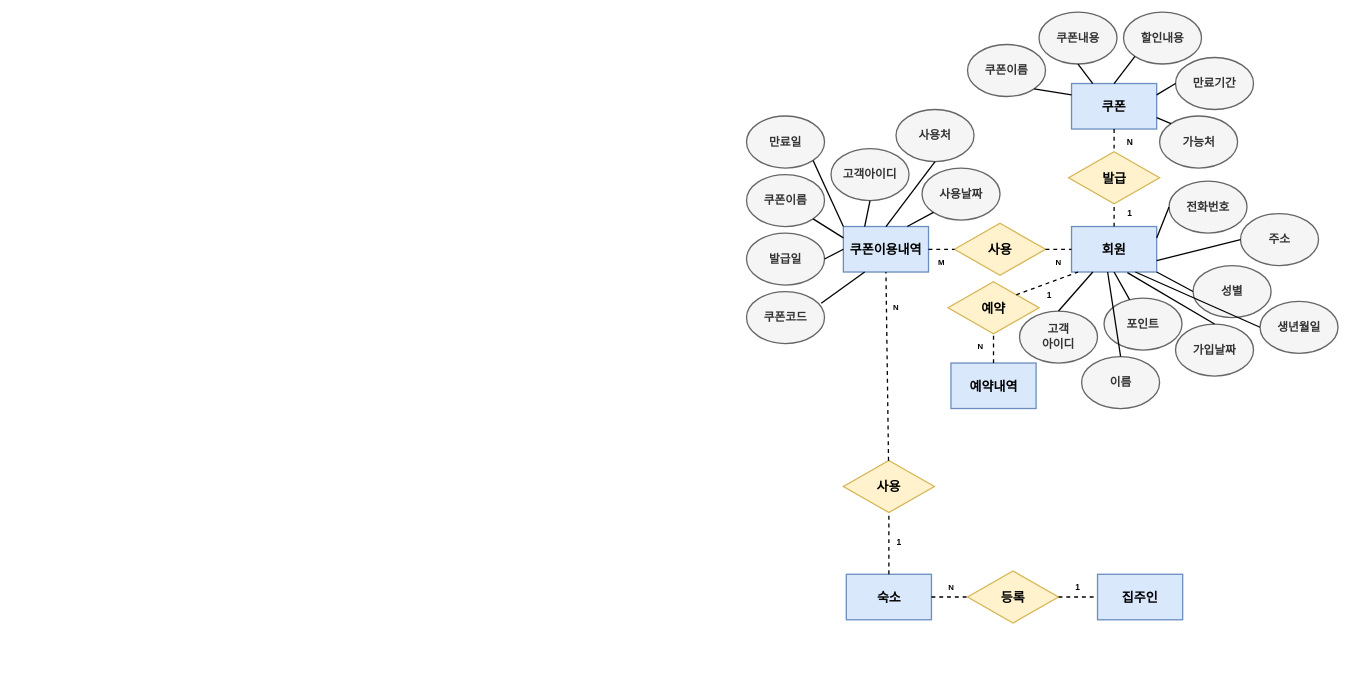
Earlier version of the draw.io diagram 제목 없는 다이어그램.drawio (bibi-boop/test). Source tidied: cells renumbered, new cells numbered last; positions are measured from the earlier drawing's top-left corner, leaving out a move shared by most shapes. Both pictures are drawn from the tidied source at 65%, with x=0, y=0 at pixel (746, 12).
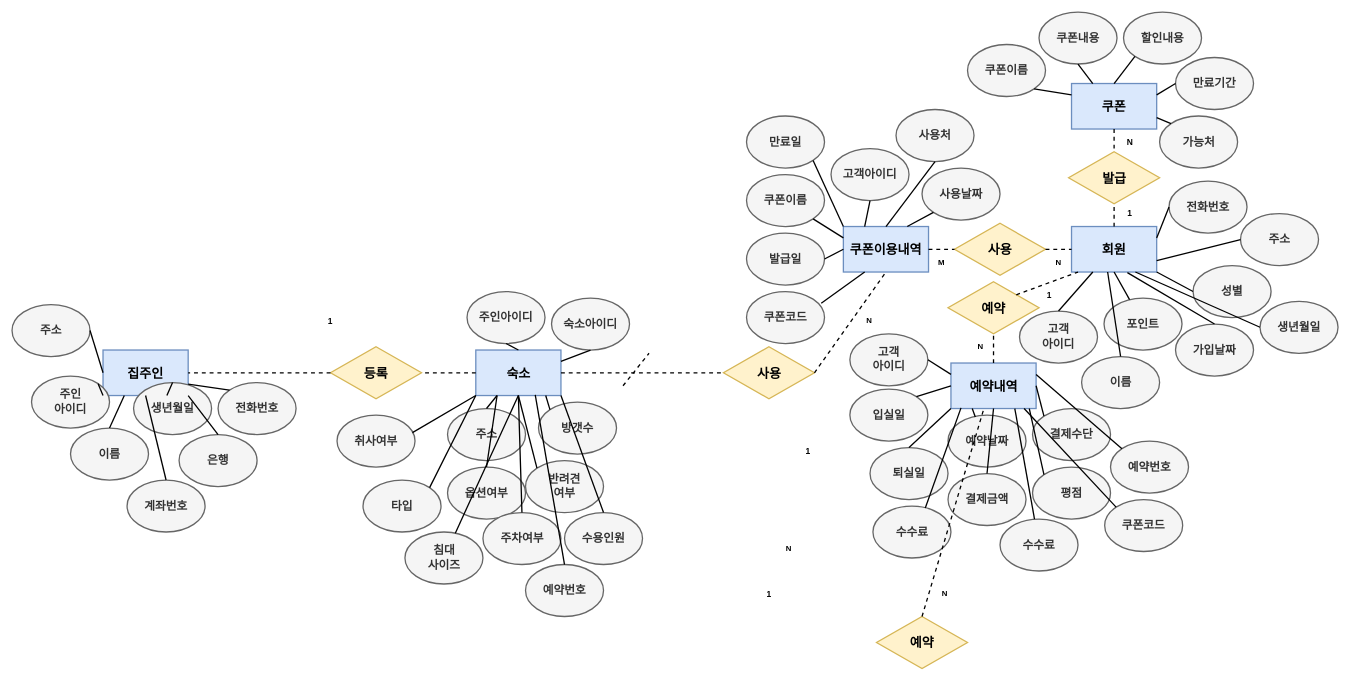
The same page after the edit.

Commit message (it also covers changes not shown here):
제목 없는 다이어그램.drawio 업데이트

Unchanged cells that the change refers to:
```xml
<mxCell id="8" value="쿠폰이용&lt;span style=&quot;background-color: transparent; color: light-dark(rgb(0, 0, 0), rgb(255, 255, 255));&quot;&gt;내역&lt;/span&gt;" style="rounded=0;whiteSpace=wrap;html=1;fillColor=#dae8fc;strokeColor=#6c8ebf;strokeWidth=2;fontSize=20;fontStyle=1;" parent="1" vertex="1">
  <mxGeometry x="149" y="330" width="131" height="70" as="geometry" />
</mxCell>
<mxCell id="9" value="예약내역" style="rounded=0;whiteSpace=wrap;html=1;fillColor=#dae8fc;strokeColor=#6c8ebf;strokeWidth=2;fontSize=20;fontStyle=1;" parent="1" vertex="1">
  <mxGeometry x="314.5" y="540" width="131" height="70" as="geometry" />
</mxCell>
```

Change to the diagram source:
```diff
@@
     <mxCell id="2" value="등록" style="rhombus;whiteSpace=wrap;html=1;strokeWidth=2;fontSize=20;fontStyle=1;fillColor=#fff2cc;strokeColor=#d6b656;" parent="1" vertex="1">
-      <mxGeometry x="340" y="860" width="140" height="80" as="geometry" />
+      <mxGeometry x="-640" y="515" width="140" height="80" as="geometry" />
     </mxCell>
@@
     <mxCell id="6" value="&lt;b&gt;집주인&lt;/b&gt;" style="rounded=0;whiteSpace=wrap;html=1;fillColor=#dae8fc;strokeColor=#6c8ebf;strokeWidth=2;fontSize=20;" parent="1" vertex="1">
-      <mxGeometry x="540" y="865" width="131" height="70" as="geometry" />
+      <mxGeometry x="-990" y="520" width="131" height="70" as="geometry" />
     </mxCell>
     <mxCell id="7" value="숙소" style="rounded=0;whiteSpace=wrap;html=1;fillColor=#dae8fc;strokeColor=#6c8ebf;strokeWidth=2;fontSize=20;fontStyle=1;" parent="1" vertex="1">
-      <mxGeometry x="153.5" y="865" width="131" height="70" as="geometry" />
+      <mxGeometry x="-416.5" y="520" width="131" height="70" as="geometry" />
     </mxCell>
@@
-    <mxCell id="64" style="endArrow=none;dashed=1;html=1;rounded=0;entryX=0;entryY=0.5;entryDx=0;entryDy=0;exitX=1;exitY=0.5;exitDx=0;exitDy=0;fontStyle=1;strokeWidth=2;" parent="1" edge="1" source="7" target="2">
+    <mxCell id="64" style="endArrow=none;dashed=1;html=1;rounded=0;entryX=1;entryY=0.5;entryDx=0;entryDy=0;fontStyle=1;strokeWidth=2;exitX=0;exitY=0.5;exitDx=0;exitDy=0;" parent="1" edge="1" source="7" target="2">
       <mxGeometry relative="1" as="geometry" />
     </mxCell>
-    <mxCell id="65" style="endArrow=none;dashed=1;html=1;rounded=0;entryX=0;entryY=0.5;entryDx=0;entryDy=0;exitX=1;exitY=0.5;exitDx=0;exitDy=0;fontStyle=1;strokeWidth=2;" parent="1" edge="1" source="2" target="6">
+    <mxCell id="65" style="endArrow=none;dashed=1;html=1;rounded=0;entryX=1;entryY=0.5;entryDx=0;entryDy=0;exitX=0;exitY=0.5;exitDx=0;exitDy=0;fontStyle=1;strokeWidth=2;" parent="1" edge="1" source="2" target="6">
       <mxGeometry relative="1" as="geometry" />
     </mxCell>
     <mxCell id="66" value="1" style="text;html=1;align=center;verticalAlign=middle;whiteSpace=wrap;rounded=0;fontStyle=1;fontSize=13;" parent="1" vertex="1">
-      <mxGeometry x="480" y="870" width="60" height="30" as="geometry" />
+      <mxGeometry x="-670" y="460" width="60" height="30" as="geometry" />
     </mxCell>
     <mxCell id="67" value="N" style="text;html=1;align=center;verticalAlign=middle;whiteSpace=wrap;rounded=0;fontStyle=1;" parent="1" vertex="1">
-      <mxGeometry x="284.5" y="870" width="60" height="30" as="geometry" />
+      <mxGeometry x="34.5" y="810" width="60" height="30" as="geometry" />
     </mxCell>
     <mxCell id="68" value="사용" style="rhombus;whiteSpace=wrap;html=1;strokeWidth=2;fontSize=20;fontStyle=1;fillColor=#fff2cc;strokeColor=#d6b656;" parent="1" vertex="1">
-      <mxGeometry x="149" y="690" width="140" height="80" as="geometry" />
+      <mxGeometry x="-35.5" y="515" width="140" height="80" as="geometry" />
     </mxCell>
-    <mxCell id="69" style="endArrow=none;dashed=1;html=1;rounded=0;entryX=0.5;entryY=1;entryDx=0;entryDy=0;exitX=0.5;exitY=0;exitDx=0;exitDy=0;fontStyle=1;strokeWidth=2;" parent="1" edge="1" source="7" target="68">
+    <mxCell id="69" style="endArrow=none;dashed=1;html=1;rounded=0;entryX=0;entryY=0.5;entryDx=0;entryDy=0;exitX=1;exitY=0.5;exitDx=0;exitDy=0;fontStyle=1;strokeWidth=2;" parent="1" edge="1" source="7" target="68">
       <mxGeometry relative="1" as="geometry" />
     </mxCell>
-    <mxCell id="70" style="endArrow=none;dashed=1;html=1;rounded=0;entryX=0.5;entryY=1;entryDx=0;entryDy=0;fontStyle=1;strokeWidth=2;" parent="1" edge="1" source="68" target="8">
+    <mxCell id="70" style="endArrow=none;dashed=1;html=1;rounded=0;entryX=0.5;entryY=1;entryDx=0;entryDy=0;fontStyle=1;strokeWidth=2;exitX=1;exitY=0.5;exitDx=0;exitDy=0;" parent="1" edge="1" source="68" target="8">
       <mxGeometry relative="1" as="geometry" />
     </mxCell>
     <mxCell id="71" value="1" style="text;html=1;align=center;verticalAlign=middle;whiteSpace=wrap;rounded=0;fontStyle=1;fontSize=13;" parent="1" vertex="1">
-      <mxGeometry x="204.5" y="800" width="60" height="30" as="geometry" />
+      <mxGeometry x="64.5" y="660" width="60" height="30" as="geometry" />
     </mxCell>
     <mxCell id="72" value="N" style="text;html=1;align=center;verticalAlign=middle;whiteSpace=wrap;rounded=0;fontStyle=1;" parent="1" vertex="1">
-      <mxGeometry x="200" y="440" width="60" height="30" as="geometry" />
+      <mxGeometry x="159" y="460" width="60" height="30" as="geometry" />
     </mxCell>
+    <mxCell id="73" value="고객&lt;div&gt;아이디&lt;/div&gt;" style="ellipse;whiteSpace=wrap;html=1;fillColor=#f5f5f5;fontColor=#333333;strokeColor=#666666;strokeWidth=2;fontSize=18;fontStyle=1;" parent="1" vertex="1">
+      <mxGeometry x="159" y="495" width="120" height="80" as="geometry" />
+    </mxCell>
+    <mxCell id="74" value="입실일" style="ellipse;whiteSpace=wrap;html=1;fillColor=#f5f5f5;fontColor=#333333;strokeColor=#666666;strokeWidth=2;fontSize=18;fontStyle=1;" parent="1" vertex="1">
+      <mxGeometry x="159" y="580" width="120" height="80" as="geometry" />
+    </mxCell>
+    <mxCell id="75" value="퇴실일" style="ellipse;whiteSpace=wrap;html=1;fillColor=#f5f5f5;fontColor=#333333;strokeColor=#666666;strokeWidth=2;fontSize=18;fontStyle=1;" parent="1" vertex="1">
+      <mxGeometry x="190" y="670" width="120" height="80" as="geometry" />
+    </mxCell>
+    <mxCell id="76" value="예약날짜" style="ellipse;whiteSpace=wrap;html=1;fillColor=#f5f5f5;fontColor=#333333;strokeColor=#666666;strokeWidth=2;fontSize=18;fontStyle=1;" parent="1" vertex="1">
+      <mxGeometry x="310" y="620" width="120" height="80" as="geometry" />
+    </mxCell>
+    <mxCell id="77" value="결제금액" style="ellipse;whiteSpace=wrap;html=1;fillColor=#f5f5f5;fontColor=#333333;strokeColor=#666666;strokeWidth=2;fontSize=18;fontStyle=1;" parent="1" vertex="1">
+      <mxGeometry x="310" y="710" width="120" height="80" as="geometry" />
+    </mxCell>
+    <mxCell id="78" value="결제수단" style="ellipse;whiteSpace=wrap;html=1;fillColor=#f5f5f5;fontColor=#333333;strokeColor=#666666;strokeWidth=2;fontSize=18;fontStyle=1;" parent="1" vertex="1">
+      <mxGeometry x="440" y="610" width="120" height="80" as="geometry" />
+    </mxCell>
+    <mxCell id="79" value="평점" style="ellipse;whiteSpace=wrap;html=1;fillColor=#f5f5f5;fontColor=#333333;strokeColor=#666666;strokeWidth=2;fontSize=18;fontStyle=1;" parent="1" vertex="1">
+      <mxGeometry x="440" y="700" width="120" height="80" as="geometry" />
+    </mxCell>
+    <mxCell id="80" value="예약번호" style="ellipse;whiteSpace=wrap;html=1;fillColor=#f5f5f5;fontColor=#333333;strokeColor=#666666;strokeWidth=2;fontSize=18;fontStyle=1;" parent="1" vertex="1">
+      <mxGeometry x="560" y="660" width="120" height="80" as="geometry" />
+    </mxCell>
+    <mxCell id="81" value="쿠폰코드" style="ellipse;whiteSpace=wrap;html=1;fillColor=#f5f5f5;fontColor=#333333;strokeColor=#666666;strokeWidth=2;fontSize=18;fontStyle=1;" parent="1" vertex="1">
+      <mxGeometry x="551" y="750" width="120" height="80" as="geometry" />
+    </mxCell>
+    <mxCell id="82" value="수수료" style="ellipse;whiteSpace=wrap;html=1;fillColor=#f5f5f5;fontColor=#333333;strokeColor=#666666;strokeWidth=2;fontSize=18;fontStyle=1;" parent="1" vertex="1">
+      <mxGeometry x="390" y="780" width="120" height="80" as="geometry" />
+    </mxCell>
+    <mxCell id="83" value="수수료" style="ellipse;whiteSpace=wrap;html=1;fillColor=#f5f5f5;fontColor=#333333;strokeColor=#666666;strokeWidth=2;fontSize=18;fontStyle=1;" parent="1" vertex="1">
+      <mxGeometry x="194.5" y="760" width="120" height="80" as="geometry" />
+    </mxCell>
+    <mxCell id="84" style="endArrow=none;html=1;rounded=0;exitX=0;exitY=0.25;exitDx=0;exitDy=0;strokeWidth=2;entryX=1;entryY=0.5;entryDx=0;entryDy=0;" parent="1" edge="1" source="9" target="73">
+      <mxGeometry relative="1" as="geometry" />
+    </mxCell>
+    <mxCell id="85" style="endArrow=none;html=1;rounded=0;exitX=0;exitY=0.5;exitDx=0;exitDy=0;strokeWidth=2;entryX=1;entryY=0;entryDx=0;entryDy=0;" parent="1" edge="1" source="9" target="74">
+      <mxGeometry relative="1" as="geometry" />
+    </mxCell>
+    <mxCell id="86" style="endArrow=none;html=1;rounded=0;exitX=0;exitY=1;exitDx=0;exitDy=0;strokeWidth=2;entryX=0.5;entryY=0;entryDx=0;entryDy=0;" parent="1" edge="1" source="9" target="75">
+      <mxGeometry relative="1" as="geometry" />
+    </mxCell>
+    <mxCell id="87" style="endArrow=none;html=1;rounded=0;exitX=0.25;exitY=1;exitDx=0;exitDy=0;strokeWidth=2;entryX=0.35;entryY=0.038;entryDx=0;entryDy=0;entryPerimeter=0;" parent="1" edge="1" source="9" target="76">
+      <mxGeometry relative="1" as="geometry" />
+    </mxCell>
+    <mxCell id="88" style="endArrow=none;html=1;rounded=0;exitX=0.118;exitY=0.986;exitDx=0;exitDy=0;strokeWidth=2;entryX=0.671;entryY=0.038;entryDx=0;entryDy=0;exitPerimeter=0;entryPerimeter=0;" parent="1" edge="1" source="9" target="83">
+      <mxGeometry relative="1" as="geometry" />
+    </mxCell>
+    <mxCell id="89" style="endArrow=none;html=1;rounded=0;exitX=0.5;exitY=1;exitDx=0;exitDy=0;strokeWidth=2;entryX=0.5;entryY=0;entryDx=0;entryDy=0;" parent="1" edge="1" source="9" target="77">
+      <mxGeometry relative="1" as="geometry" />
+    </mxCell>
+    <mxCell id="90" style="endArrow=none;html=1;rounded=0;exitX=1;exitY=0.5;exitDx=0;exitDy=0;strokeWidth=2;entryX=0;entryY=0;entryDx=0;entryDy=0;" parent="1" edge="1" source="9" target="78">
+      <mxGeometry relative="1" as="geometry" />
+    </mxCell>
+    <mxCell id="91" style="endArrow=none;html=1;rounded=0;exitX=0.75;exitY=1;exitDx=0;exitDy=0;strokeWidth=2;entryX=0.442;entryY=0;entryDx=0;entryDy=0;entryPerimeter=0;" parent="1" edge="1" source="9" target="82">
+      <mxGeometry relative="1" as="geometry" />
+    </mxCell>
+    <mxCell id="92" style="endArrow=none;html=1;rounded=0;exitX=0.92;exitY=1;exitDx=0;exitDy=0;strokeWidth=2;entryX=0;entryY=0;entryDx=0;entryDy=0;exitPerimeter=0;" parent="1" edge="1" source="9" target="79">
+      <mxGeometry relative="1" as="geometry" />
+    </mxCell>
+    <mxCell id="93" style="endArrow=none;html=1;rounded=0;exitX=1;exitY=0.25;exitDx=0;exitDy=0;strokeWidth=2;entryX=0;entryY=0;entryDx=0;entryDy=0;" parent="1" edge="1" source="9" target="80">
+      <mxGeometry relative="1" as="geometry" />
+    </mxCell>
+    <mxCell id="94" style="endArrow=none;html=1;rounded=0;exitX=0.859;exitY=1;exitDx=0;exitDy=0;strokeWidth=2;entryX=0;entryY=0;entryDx=0;entryDy=0;exitPerimeter=0;" parent="1" edge="1" source="9" target="81">
+      <mxGeometry relative="1" as="geometry" />
+    </mxCell>
+    <mxCell id="95" value="숙소아이디" style="ellipse;whiteSpace=wrap;html=1;fillColor=#f5f5f5;fontColor=#333333;strokeColor=#666666;strokeWidth=2;fontSize=18;fontStyle=1;" parent="1" vertex="1">
+      <mxGeometry x="-300" y="440" width="120" height="80" as="geometry" />
+    </mxCell>
+    <mxCell id="96" value="주인아이디" style="ellipse;whiteSpace=wrap;html=1;fillColor=#f5f5f5;fontColor=#333333;strokeColor=#666666;strokeWidth=2;fontSize=18;fontStyle=1;" parent="1" vertex="1">
+      <mxGeometry x="-430" y="430" width="120" height="80" as="geometry" />
+    </mxCell>
+    <mxCell id="97" value="주소" style="ellipse;whiteSpace=wrap;html=1;fillColor=#f5f5f5;fontColor=#333333;strokeColor=#666666;strokeWidth=2;fontSize=18;fontStyle=1;" parent="1" vertex="1">
+      <mxGeometry x="-460" y="610" width="120" height="80" as="geometry" />
+    </mxCell>
+    <mxCell id="98" value="타입" style="ellipse;whiteSpace=wrap;html=1;fillColor=#f5f5f5;fontColor=#333333;strokeColor=#666666;strokeWidth=2;fontSize=18;fontStyle=1;" parent="1" vertex="1">
+      <mxGeometry x="-590" y="720" width="120" height="80" as="geometry" />
+    </mxCell>
+    <mxCell id="99" value="옵션여부" style="ellipse;whiteSpace=wrap;html=1;fillColor=#f5f5f5;fontColor=#333333;strokeColor=#666666;strokeWidth=2;fontSize=18;fontStyle=1;" parent="1" vertex="1">
+      <mxGeometry x="-460" y="700" width="120" height="80" as="geometry" />
+    </mxCell>
+    <mxCell id="100" value="방갯수" style="ellipse;whiteSpace=wrap;html=1;fillColor=#f5f5f5;fontColor=#333333;strokeColor=#666666;strokeWidth=2;fontSize=18;fontStyle=1;" parent="1" vertex="1">
+      <mxGeometry x="-320" y="600" width="120" height="80" as="geometry" />
+    </mxCell>
+    <mxCell id="101" value="반려견&lt;div&gt;여부&lt;/div&gt;" style="ellipse;whiteSpace=wrap;html=1;fillColor=#f5f5f5;fontColor=#333333;strokeColor=#666666;strokeWidth=2;fontSize=18;fontStyle=1;" parent="1" vertex="1">
+      <mxGeometry x="-340" y="690" width="120" height="80" as="geometry" />
+    </mxCell>
+    <mxCell id="102" value="취사여부" style="ellipse;whiteSpace=wrap;html=1;fillColor=#f5f5f5;fontColor=#333333;strokeColor=#666666;strokeWidth=2;fontSize=18;fontStyle=1;" parent="1" vertex="1">
+      <mxGeometry x="-630" y="620" width="120" height="80" as="geometry" />
+    </mxCell>
+    <mxCell id="103" value="주차여부" style="ellipse;whiteSpace=wrap;html=1;fillColor=#f5f5f5;fontColor=#333333;strokeColor=#666666;strokeWidth=2;fontSize=18;fontStyle=1;" parent="1" vertex="1">
+      <mxGeometry x="-405.5" y="770" width="120" height="80" as="geometry" />
+    </mxCell>
+    <mxCell id="104" value="침대&lt;div&gt;사이즈&lt;/div&gt;" style="ellipse;whiteSpace=wrap;html=1;fillColor=#f5f5f5;fontColor=#333333;strokeColor=#666666;strokeWidth=2;fontSize=18;fontStyle=1;" parent="1" vertex="1">
+      <mxGeometry x="-525.5" y="800" width="120" height="80" as="geometry" />
+    </mxCell>
+    <mxCell id="105" value="수용인원" style="ellipse;whiteSpace=wrap;html=1;fillColor=#f5f5f5;fontColor=#333333;strokeColor=#666666;strokeWidth=2;fontSize=18;fontStyle=1;" parent="1" vertex="1">
+      <mxGeometry x="-280" y="770" width="120" height="80" as="geometry" />
+    </mxCell>
+    <mxCell id="106" value="예약번호" style="ellipse;whiteSpace=wrap;html=1;fillColor=#f5f5f5;fontColor=#333333;strokeColor=#666666;strokeWidth=2;fontSize=18;fontStyle=1;" parent="1" vertex="1">
+      <mxGeometry x="-340" y="850" width="120" height="80" as="geometry" />
+    </mxCell>
+    <mxCell id="107" style="endArrow=none;html=1;rounded=0;exitX=0.5;exitY=1;exitDx=0;exitDy=0;strokeWidth=2;entryX=1;entryY=0.25;entryDx=0;entryDy=0;" parent="1" edge="1" source="95" target="7">
+      <mxGeometry relative="1" as="geometry" />
+    </mxCell>
+    <mxCell id="108" style="endArrow=none;html=1;rounded=0;exitX=0.5;exitY=1;exitDx=0;exitDy=0;strokeWidth=2;entryX=0.5;entryY=0;entryDx=0;entryDy=0;" parent="1" edge="1" source="96" target="7">
+      <mxGeometry relative="1" as="geometry" />
+    </mxCell>
+    <mxCell id="109" style="endArrow=none;html=1;rounded=0;exitX=0;exitY=1;exitDx=0;exitDy=0;strokeWidth=2;entryX=0.967;entryY=0.338;entryDx=0;entryDy=0;entryPerimeter=0;" parent="1" edge="1" source="7" target="102">
+      <mxGeometry relative="1" as="geometry" />
+    </mxCell>
+    <mxCell id="110" style="endArrow=none;html=1;rounded=0;exitX=0.25;exitY=1;exitDx=0;exitDy=0;strokeWidth=2;entryX=0.5;entryY=0;entryDx=0;entryDy=0;" parent="1" edge="1" source="7" target="97">
+      <mxGeometry relative="1" as="geometry" />
+    </mxCell>
+    <mxCell id="111" style="endArrow=none;html=1;rounded=0;strokeWidth=2;entryX=1;entryY=0;entryDx=0;entryDy=0;exitX=0;exitY=1;exitDx=0;exitDy=0;" parent="1" edge="1" source="7" target="98">
+      <mxGeometry relative="1" as="geometry" />
+    </mxCell>
+    <mxCell id="112" style="endArrow=none;html=1;rounded=0;exitX=0.25;exitY=1;exitDx=0;exitDy=0;strokeWidth=2;entryX=0.5;entryY=0;entryDx=0;entryDy=0;" parent="1" edge="1" source="7" target="99">
+      <mxGeometry relative="1" as="geometry" />
+    </mxCell>
+    <mxCell id="113" style="endArrow=none;html=1;rounded=0;strokeWidth=2;entryX=0;entryY=0;entryDx=0;entryDy=0;exitX=0.821;exitY=1;exitDx=0;exitDy=0;exitPerimeter=0;" parent="1" edge="1" source="7" target="100">
+      <mxGeometry relative="1" as="geometry" />
+    </mxCell>
+    <mxCell id="114" style="endArrow=none;html=1;rounded=0;strokeWidth=2;entryX=0;entryY=0;entryDx=0;entryDy=0;exitX=0.5;exitY=1;exitDx=0;exitDy=0;" parent="1" edge="1" source="7" target="101">
+      <mxGeometry relative="1" as="geometry" />
+    </mxCell>
+    <mxCell id="115" style="endArrow=none;html=1;rounded=0;strokeWidth=2;entryX=0.5;entryY=0;entryDx=0;entryDy=0;exitX=0.5;exitY=1;exitDx=0;exitDy=0;" parent="1" edge="1" source="7" target="103">
+      <mxGeometry relative="1" as="geometry" />
+    </mxCell>
+    <mxCell id="116" style="endArrow=none;html=1;rounded=0;strokeWidth=2;entryX=0.5;entryY=0;entryDx=0;entryDy=0;exitX=1;exitY=1;exitDx=0;exitDy=0;" parent="1" edge="1" source="7" target="105">
+      <mxGeometry relative="1" as="geometry" />
+    </mxCell>
+    <mxCell id="117" style="endArrow=none;html=1;rounded=0;strokeWidth=2;entryX=0.5;entryY=0;entryDx=0;entryDy=0;exitX=0.698;exitY=0.986;exitDx=0;exitDy=0;exitPerimeter=0;" parent="1" edge="1" source="7" target="106">
+      <mxGeometry relative="1" as="geometry" />
+    </mxCell>
+    <mxCell id="118" style="endArrow=none;html=1;rounded=0;strokeWidth=2;exitX=0.5;exitY=1;exitDx=0;exitDy=0;" parent="1" edge="1" source="7" target="104">
+      <mxGeometry relative="1" as="geometry" />
+    </mxCell>
+    <mxCell id="119" value="주인&lt;div&gt;아이디&lt;/div&gt;" style="ellipse;whiteSpace=wrap;html=1;fillColor=#f5f5f5;fontColor=#333333;strokeColor=#666666;strokeWidth=2;fontSize=18;fontStyle=1;" parent="1" vertex="1">
+      <mxGeometry x="-1100" y="560" width="120" height="80" as="geometry" />
+    </mxCell>
+    <mxCell id="120" value="이름" style="ellipse;whiteSpace=wrap;html=1;fillColor=#f5f5f5;fontColor=#333333;strokeColor=#666666;strokeWidth=2;fontSize=18;fontStyle=1;" parent="1" vertex="1">
+      <mxGeometry x="-1040" y="640" width="120" height="80" as="geometry" />
+    </mxCell>
+    <mxCell id="121" value="생년월일" style="ellipse;whiteSpace=wrap;html=1;fillColor=#f5f5f5;fontColor=#333333;strokeColor=#666666;strokeWidth=2;fontSize=18;fontStyle=1;" parent="1" vertex="1">
+      <mxGeometry x="-943" y="570" width="120" height="80" as="geometry" />
+    </mxCell>
+    <mxCell id="122" value="주소" style="ellipse;whiteSpace=wrap;html=1;fillColor=#f5f5f5;fontColor=#333333;strokeColor=#666666;strokeWidth=2;fontSize=18;fontStyle=1;" parent="1" vertex="1">
+      <mxGeometry x="-1130" y="450" width="120" height="80" as="geometry" />
+    </mxCell>
+    <mxCell id="123" value="전화번호" style="ellipse;whiteSpace=wrap;html=1;fillColor=#f5f5f5;fontColor=#333333;strokeColor=#666666;strokeWidth=2;fontSize=18;fontStyle=1;" parent="1" vertex="1">
+      <mxGeometry x="-813" y="570" width="120" height="80" as="geometry" />
+    </mxCell>
+    <mxCell id="124" value="은행" style="ellipse;whiteSpace=wrap;html=1;fillColor=#f5f5f5;fontColor=#333333;strokeColor=#666666;strokeWidth=2;fontSize=18;fontStyle=1;" parent="1" vertex="1">
+      <mxGeometry x="-873" y="650" width="120" height="80" as="geometry" />
+    </mxCell>
+    <mxCell id="125" value="계좌번호" style="ellipse;whiteSpace=wrap;html=1;fillColor=#f5f5f5;fontColor=#333333;strokeColor=#666666;strokeWidth=2;fontSize=18;fontStyle=1;" parent="1" vertex="1">
+      <mxGeometry x="-953" y="720" width="120" height="80" as="geometry" />
+    </mxCell>
+    <mxCell id="126" style="endArrow=none;html=1;rounded=0;strokeWidth=2;entryX=1;entryY=0;entryDx=0;entryDy=0;exitX=0;exitY=1;exitDx=0;exitDy=0;" parent="1" edge="1" source="6" target="119">
+      <mxGeometry relative="1" as="geometry" />
+    </mxCell>
+    <mxCell id="127" style="endArrow=none;html=1;rounded=0;strokeWidth=2;entryX=0.5;entryY=0;entryDx=0;entryDy=0;exitX=0.75;exitY=1;exitDx=0;exitDy=0;" parent="1" edge="1" source="6" target="121">
+      <mxGeometry relative="1" as="geometry" />
+    </mxCell>
+    <mxCell id="128" style="endArrow=none;html=1;rounded=0;strokeWidth=2;entryX=1;entryY=0.5;entryDx=0;entryDy=0;exitX=0;exitY=0.5;exitDx=0;exitDy=0;" parent="1" edge="1" source="6" target="122">
+      <mxGeometry relative="1" as="geometry" />
+    </mxCell>
+    <mxCell id="129" style="endArrow=none;html=1;rounded=0;strokeWidth=2;entryX=0;entryY=0;entryDx=0;entryDy=0;exitX=1;exitY=0.75;exitDx=0;exitDy=0;" parent="1" edge="1" source="6" target="123">
+      <mxGeometry relative="1" as="geometry" />
+    </mxCell>
+    <mxCell id="130" style="endArrow=none;html=1;rounded=0;strokeWidth=2;entryX=0.5;entryY=0;entryDx=0;entryDy=0;exitX=0.25;exitY=1;exitDx=0;exitDy=0;" parent="1" edge="1" source="6" target="120">
+      <mxGeometry relative="1" as="geometry" />
+    </mxCell>
+    <mxCell id="131" style="endArrow=none;html=1;rounded=0;strokeWidth=2;entryX=0.5;entryY=0;entryDx=0;entryDy=0;exitX=0.5;exitY=1;exitDx=0;exitDy=0;" parent="1" edge="1" source="6" target="125">
+      <mxGeometry relative="1" as="geometry" />
+    </mxCell>
+    <mxCell id="132" style="endArrow=none;html=1;rounded=0;strokeWidth=2;entryX=0.5;entryY=0;entryDx=0;entryDy=0;exitX=1;exitY=1;exitDx=0;exitDy=0;" parent="1" edge="1" source="6" target="124">
+      <mxGeometry relative="1" as="geometry" />
+    </mxCell>
+    <mxCell id="133" value="예약" style="rhombus;whiteSpace=wrap;html=1;strokeWidth=2;fontSize=20;fontStyle=1;fillColor=#fff2cc;strokeColor=#d6b656;" parent="1" vertex="1">
+      <mxGeometry x="200" y="930" width="140" height="80" as="geometry" />
+    </mxCell>
+    <mxCell id="134" style="endArrow=none;dashed=1;html=1;rounded=0;entryX=0.385;entryY=1.014;entryDx=0;entryDy=0;exitX=0.5;exitY=0;exitDx=0;exitDy=0;fontStyle=1;strokeWidth=2;entryPerimeter=0;" parent="1" edge="1" source="133" target="9">
+      <mxGeometry relative="1" as="geometry" />
+    </mxCell>
+    <mxCell id="135" style="endArrow=none;dashed=1;html=1;rounded=0;fontStyle=1;strokeWidth=2;" parent="1" edge="1">
+      <mxGeometry relative="1" as="geometry">
+        <mxPoint x="-190" y="575" as="sourcePoint" />
+        <mxPoint x="-150" y="525" as="targetPoint" />
+      </mxGeometry>
+    </mxCell>
+    <mxCell id="136" value="1" style="text;html=1;align=center;verticalAlign=middle;whiteSpace=wrap;rounded=0;fontStyle=1;fontSize=13;" parent="1" vertex="1">
+      <mxGeometry x="4.5" y="880" width="60" height="30" as="geometry" />
+    </mxCell>
+    <mxCell id="137" value="N" style="text;html=1;align=center;verticalAlign=middle;whiteSpace=wrap;rounded=0;fontStyle=1;" parent="1" vertex="1">
+      <mxGeometry x="274.5" y="880" width="60" height="30" as="geometry" />
+    </mxCell>
```
